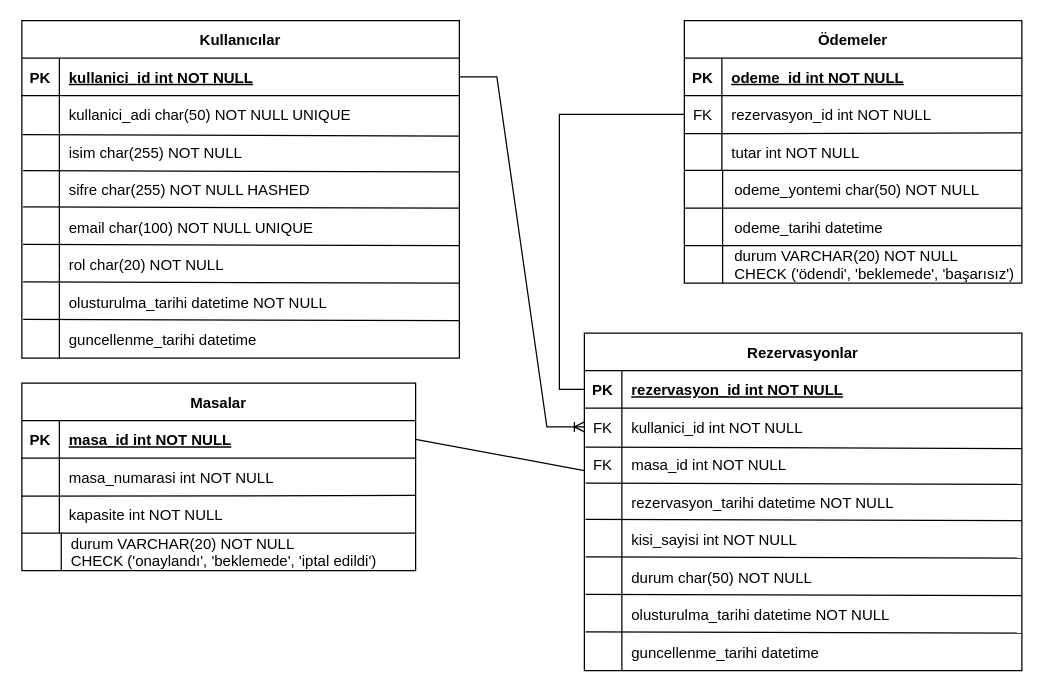
Earlier version of the draw.io diagram restoranVeritabanı.drawio (kilicfurkan/bitirmeProjesi). Source tidied: cells renumbered, new cells numbered last; positions are measured from the earlier drawing's top-left corner, leaving out a move shared by most shapes. Both pictures are drawn from the tidied source at 125%, with x=0, y=0 at pixel (21, 20).
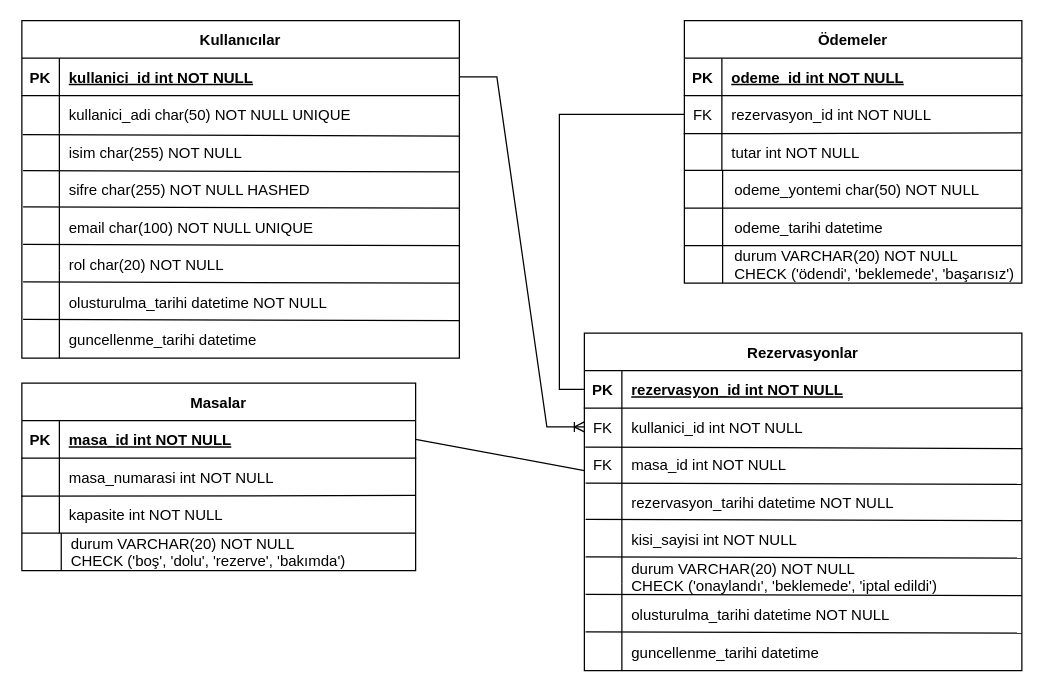
After the change.

Unchanged cells that the change refers to:
```xml
<mxCell id="25" style="group;" parent="1" vertex="1">
  <mxGeometry y="290" width="315" height="150" as="geometry" />
</mxCell>
<mxCell id="40" style="group;" parent="1" vertex="1">
  <mxGeometry x="450" y="250" width="350" height="270" as="geometry" />
</mxCell>
```

What changed in the source:
```diff
@@
-    <mxCell id="37" value="durum VARCHAR(20) NOT NULL&#10;CHECK ('onaylandı', 'beklemede', 'iptal edildi')" style="shape=partialRectangle;overflow=hidden;fillColor=none;top=0;left=0;bottom=0;right=0;align=left;spacingLeft=6;" parent="25" vertex="1">
+    <mxCell id="37" value="durum VARCHAR(20) NOT NULL &#10;CHECK ('boş', 'dolu', 'rezerve', 'bakımda')&#10;" style="shape=partialRectangle;overflow=hidden;fillColor=none;top=0;left=0;bottom=0;right=0;align=left;spacingLeft=6;" parent="25" vertex="1">
       <mxGeometry x="31.5" y="120" width="277.2" height="30" as="geometry" />
     </mxCell>
@@
-    <mxCell id="53" value="durum char(50) NOT NULL" style="shape=partialRectangle;overflow=hidden;fillColor=none;top=0;left=0;bottom=0;right=0;align=left;spacingLeft=6;" parent="40" vertex="1">
+    <mxCell id="53" value="durum VARCHAR(20) NOT NULL &#10;CHECK ('onaylandı', 'beklemede', 'iptal edildi')&#10;" style="shape=partialRectangle;overflow=hidden;fillColor=none;top=0;left=0;bottom=0;right=0;align=left;spacingLeft=6;" parent="40" vertex="1">
       <mxGeometry x="30" y="180" width="270" height="30" as="geometry" />
     </mxCell>
```
